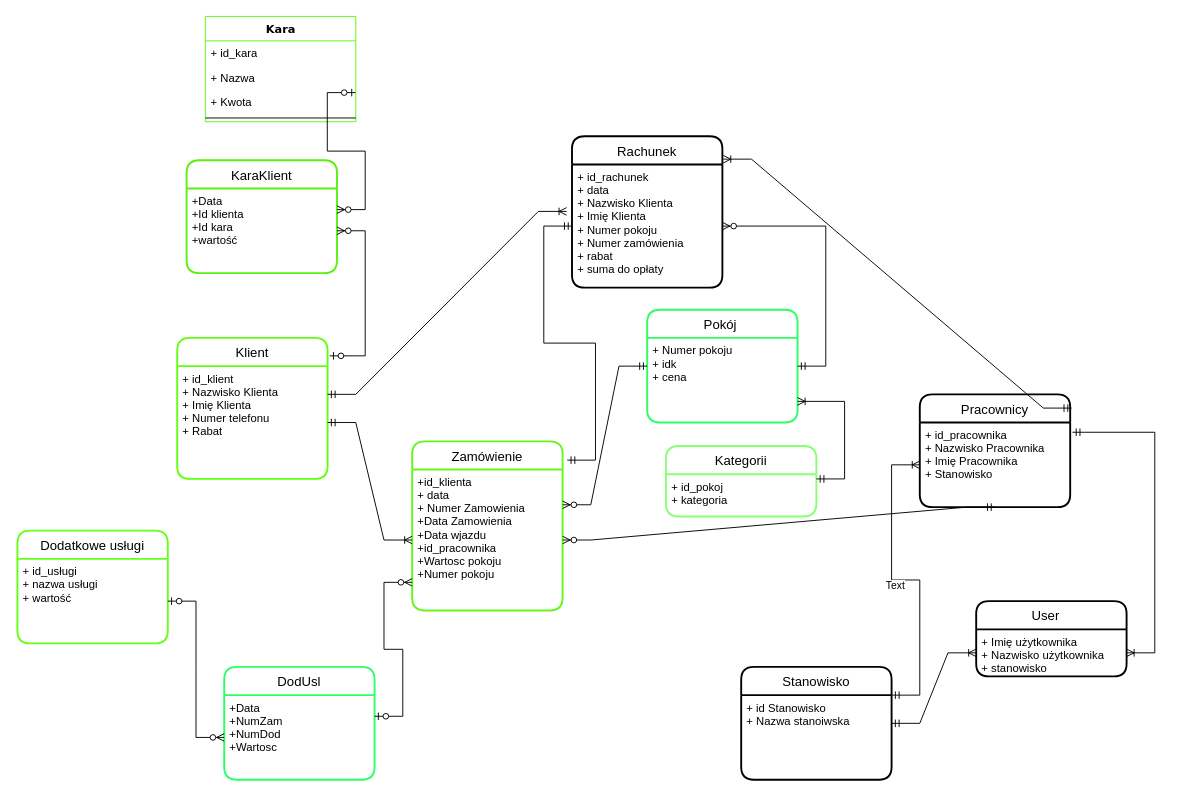
Before: Hotel California.drawio in DemskyiDm/Horyzont, a draw.io diagram. Source tidied: cells renumbered, new cells numbered last; positions are measured from the earlier drawing's top-left corner, leaving out a move shared by most shapes. Both pictures are drawn from the tidied source at 94%, with x=0, y=0 at pixel (17, 16).
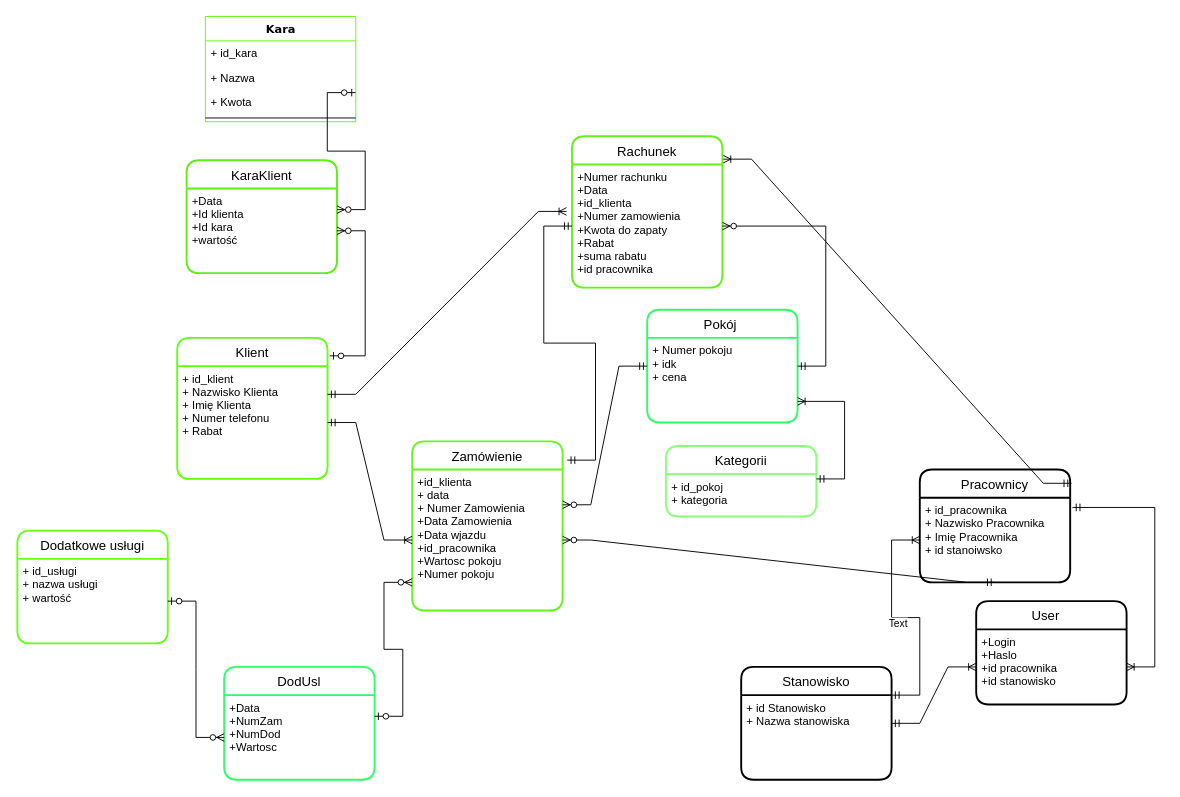
Above is the later version.

Unchanged cells that the change refers to:
```xml
<mxCell id="23" value="Stanowisko" style="swimlane;horizontal=1;startSize=30;rounded=1;fontSize=14;fontStyle=0;strokeWidth=2;shadow=0;dashed=0;align=center;" parent="1" vertex="1">
  <mxGeometry x="770" y="692" width="160" height="120" as="geometry" />
</mxCell>
```

What changed in the source:
```diff
@@
     <mxCell id="21" value="User   " style="swimlane;horizontal=1;startSize=30;rounded=1;fontSize=14;fontStyle=0;strokeWidth=2;shadow=0;dashed=0;align=center;" parent="1" vertex="1">
-      <mxGeometry x="1020" y="622" width="160" height="80" as="geometry" />
+      <mxGeometry x="1020" y="622" width="160" height="110" as="geometry" />
     </mxCell>
-    <mxCell id="22" value="+ Imię użytkownika&#10;+ Nazwisko użytkownika&#10;+ stanowisko&#10;" style="align=left;strokeColor=none;fillColor=none;spacingLeft=4;fontSize=12;verticalAlign=top;" parent="21" vertex="1">
-      <mxGeometry y="30" width="160" height="50" as="geometry" />
+    <mxCell id="22" value="+Login&#10;+Haslo&#10;+id pracownika&#10;+id stanowisko" style="align=left;strokeColor=none;fillColor=none;spacingLeft=4;fontSize=12;verticalAlign=top;" parent="21" vertex="1">
+      <mxGeometry y="30" width="160" height="80" as="geometry" />
     </mxCell>
@@
-    <mxCell id="24" value="+ id Stanowisko&#10;+ Nazwa stanoiwska" style="align=left;strokeColor=none;fillColor=none;spacingLeft=4;fontSize=12;verticalAlign=top;" parent="23" vertex="1">
+    <mxCell id="24" value="+ id Stanowisko&#10;+ Nazwa stanowiska" style="align=left;strokeColor=none;fillColor=none;spacingLeft=4;fontSize=12;verticalAlign=top;" parent="23" vertex="1">
       <mxGeometry y="30" width="160" height="90" as="geometry" />
     </mxCell>
@@
-    <mxCell id="26" value="Rachunek" style="swimlane;horizontal=1;startSize=30;rounded=1;fontSize=14;fontStyle=0;strokeWidth=2;shadow=0;dashed=0;align=center;" parent="1" vertex="1">
+    <mxCell id="26" value="Rachunek" style="swimlane;horizontal=1;startSize=30;rounded=1;fontSize=14;fontStyle=0;strokeWidth=2;shadow=0;dashed=0;align=center;strokeColor=#61F218;" parent="1" vertex="1">
       <mxGeometry x="590" y="127.5" width="160" height="161" as="geometry" />
     </mxCell>
-    <mxCell id="27" value="+ id_rachunek&#10;+ data&#10;+ Nazwisko Klienta&#10;+ Imię Klienta&#10;+ Numer pokoju&#10;+ Numer zamówienia&#10;+ rabat&#10;+ suma do opłaty" style="align=left;strokeColor=none;fillColor=none;spacingLeft=4;fontSize=12;verticalAlign=top;" parent="26" vertex="1">
+    <mxCell id="27" value="+Numer rachunku&#10;+Data&#10;+id_klienta&#10;+Numer zamowienia&#10;+Kwota do zapaty&#10;+Rabat&#10;+suma rabatu&#10;+id pracownika" style="align=left;strokeColor=none;fillColor=none;spacingLeft=4;fontSize=12;verticalAlign=top;" parent="26" vertex="1">
       <mxGeometry y="30" width="160" height="131" as="geometry" />
     </mxCell>
@@
     <mxCell id="31" value="Pracownicy" style="swimlane;horizontal=1;startSize=30;rounded=1;fontSize=14;fontStyle=0;strokeWidth=2;shadow=0;dashed=0;align=center;" parent="1" vertex="1">
-      <mxGeometry x="960" y="402" width="160" height="120" as="geometry" />
+      <mxGeometry x="960" y="482" width="160" height="120" as="geometry" />
     </mxCell>
-    <mxCell id="32" value="+ id_pracownika&#10;+ Nazwisko Pracownika&#10;+ Imię Pracownika&#10;+ Stanowisko" style="align=left;strokeColor=none;fillColor=none;spacingLeft=4;fontSize=12;verticalAlign=top;" parent="31" vertex="1">
+    <mxCell id="32" value="+ id_pracownika&#10;+ Nazwisko Pracownika&#10;+ Imię Pracownika&#10;+ id stanoiwsko" style="align=left;strokeColor=none;fillColor=none;spacingLeft=4;fontSize=12;verticalAlign=top;" parent="31" vertex="1">
       <mxGeometry y="30" width="160" height="90" as="geometry" />
     </mxCell>
```
